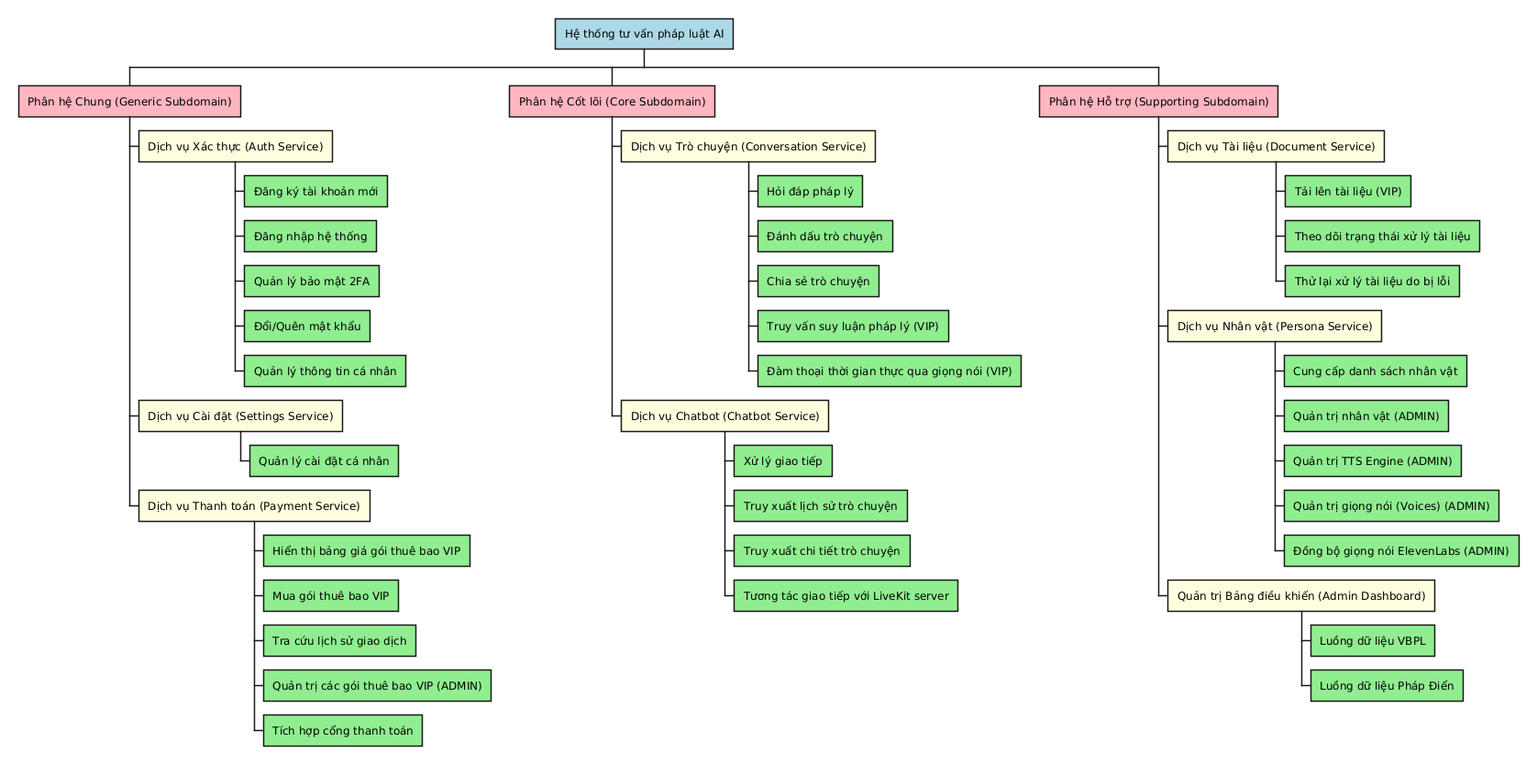
Before: latex/pictures/BFD.png, a diagram exported from PlantUML (20206205Tech/docs-latex).
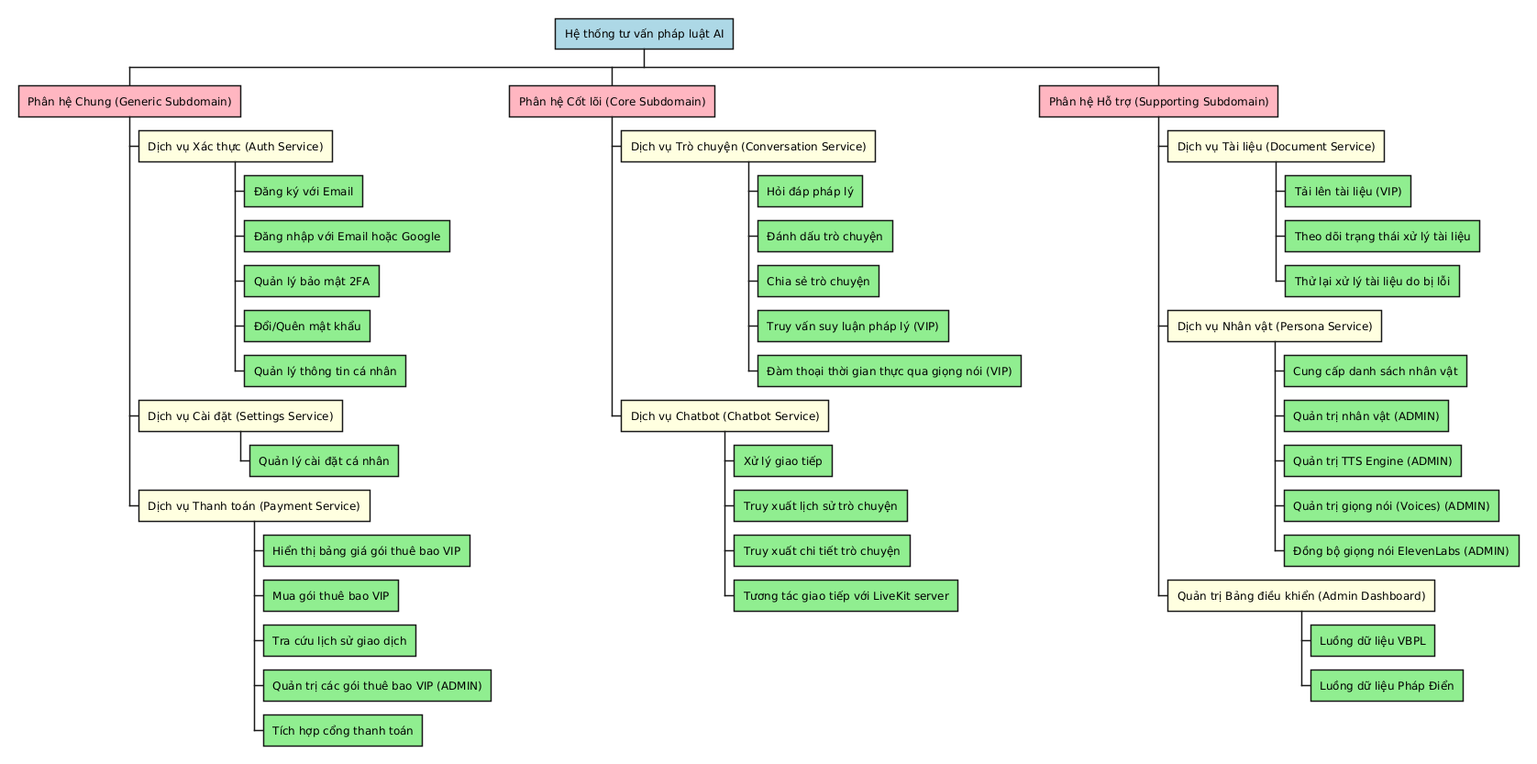
After the commit.

Change to the diagram source:
```diff
@@ -20,8 +20,8 @@
 
 ** Phân hệ Chung (Generic Subdomain)
 *** Dịch vụ Xác thực (Auth Service)
-**** Đăng ký tài khoản mới
-**** Đăng nhập hệ thống
+**** Đăng ký với Email
+**** Đăng nhập với Email hoặc Google
 **** Quản lý bảo mật 2FA
 **** Đổi/Quên mật khẩu
 **** Quản lý thông tin cá nhân
```
